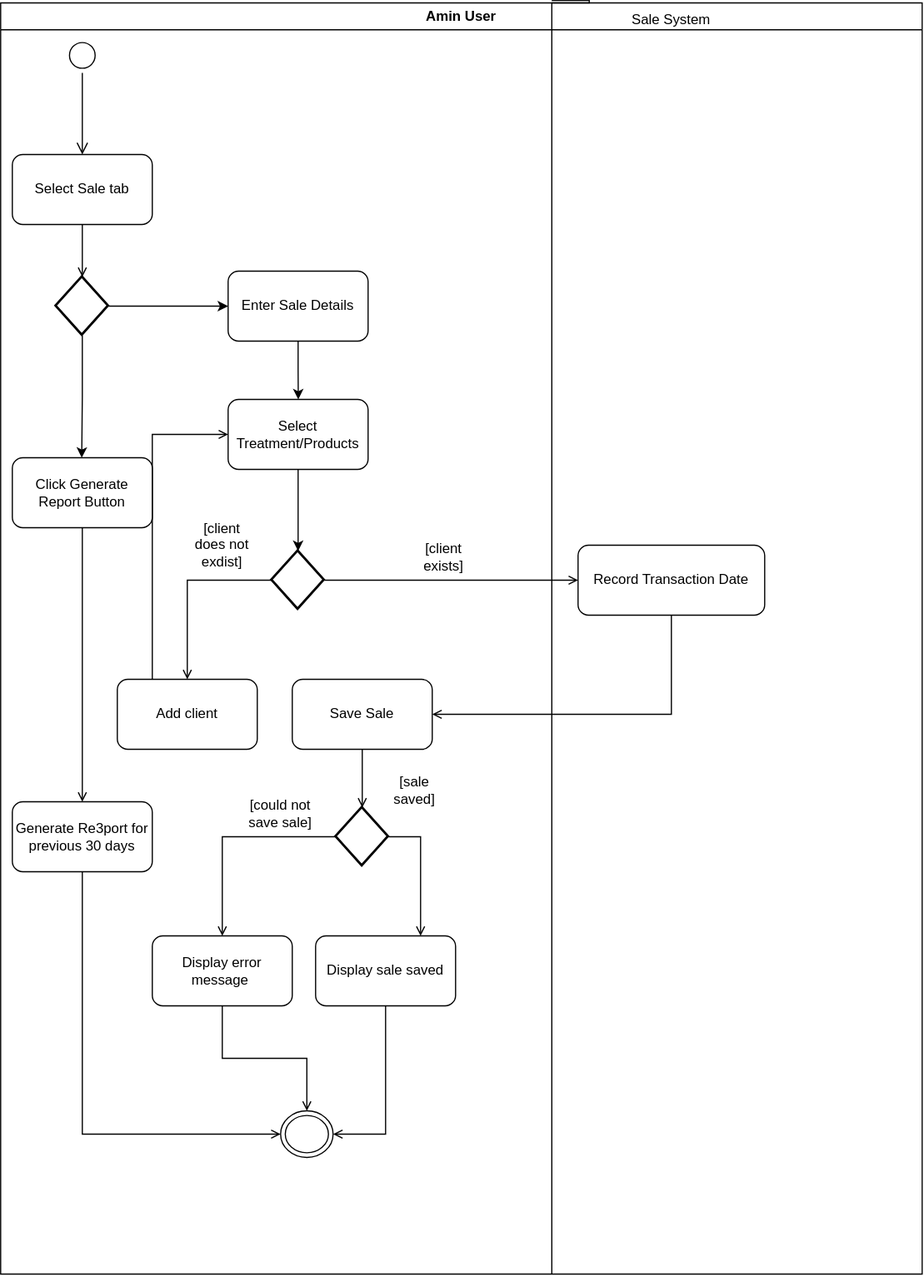
This is Documentation/Activity Diagrams/DailySales.drawio.svg from itudevs/SkinzoneNaturelAdmin, a draw.io export, as it was before one commit. Source tidied: cells renumbered, new cells last; positions are measured from the earlier drawing's top-left corner, leaving out a move shared by most shapes.
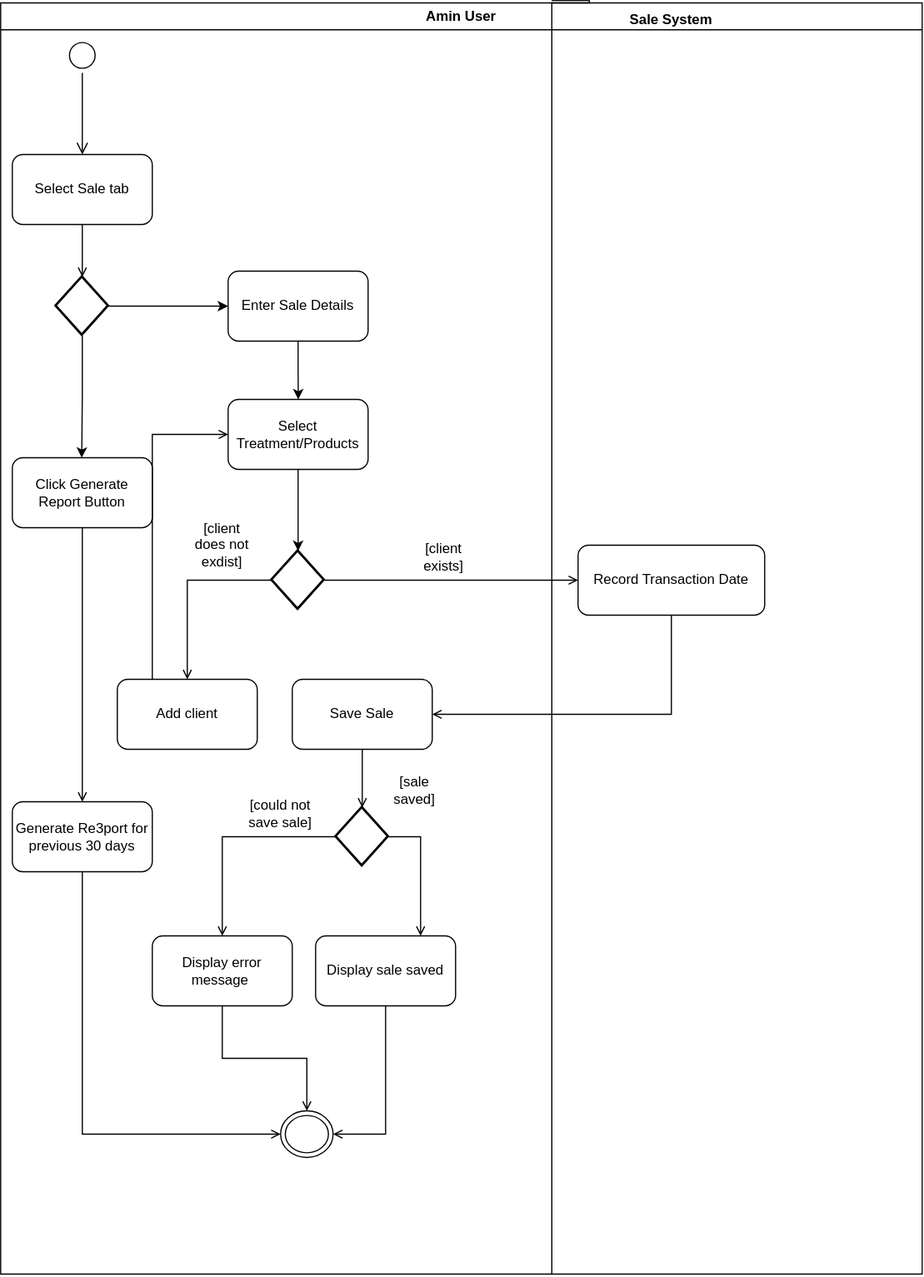
Later version of the same file.

Diff of the diagram source:
```diff
@@ -36,7 +36,7 @@
     <mxCell id="11" value="Enter Sale Details" style="rounded=1;whiteSpace=wrap;html=1;" parent="2" vertex="1">
       <mxGeometry x="195" y="230" width="120" height="60" as="geometry" />
     </mxCell>
-    <mxCell id="12" value="Sale System" style="text;html=1;whiteSpace=wrap;strokeColor=none;fillColor=none;align=center;verticalAlign=middle;rounded=0;" parent="2" vertex="1">
+    <mxCell id="12" value="&lt;b&gt;Sale System&lt;/b&gt;" style="text;html=1;whiteSpace=wrap;strokeColor=none;fillColor=none;align=center;verticalAlign=middle;rounded=0;" parent="2" vertex="1">
       <mxGeometry x="530" width="90" height="30" as="geometry" />
     </mxCell>
     <mxCell id="13" style="edgeStyle=orthogonalEdgeStyle;rounded=0;jettySize=auto;html=1;exitX=0.5;exitY=1;exitDx=0;exitDy=0;entryX=1;entryY=0.5;entryDx=0;entryDy=0;defaultLabelBackgroundColor=page;endArrow=open;endFill=0;" parent="2" edge="1" source="14" target="21">
```
